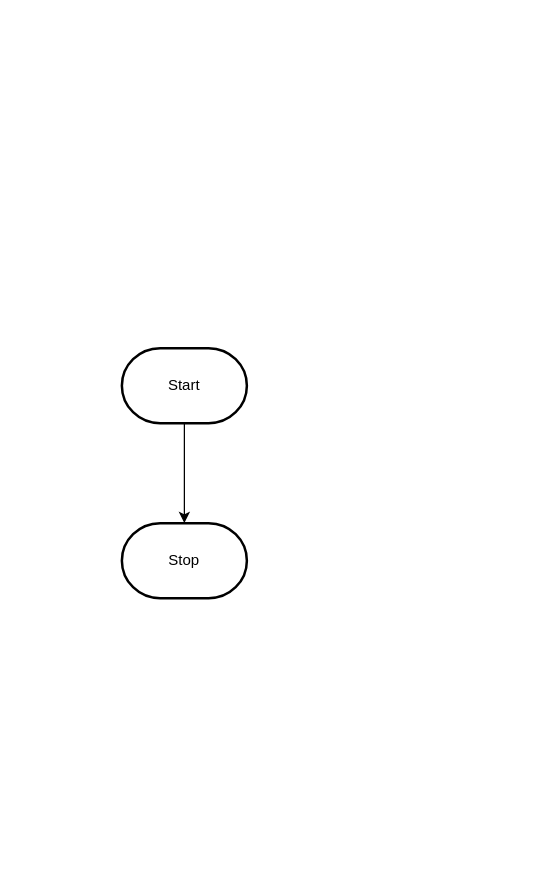
MTHS-ICS2O-2-2022/ICS2O-Unit-5-01-Lucas-Osmond keeps this draw.io diagram as design/flowchart.drawio. Above is the earlier version. Source tidied: cells renumbered, new cells numbered last; positions are measured from the earlier drawing's top-left corner, leaving out a move shared by most shapes. Both pictures are drawn from the tidied source at 125%, with x=0, y=0 at pixel (121, 348).
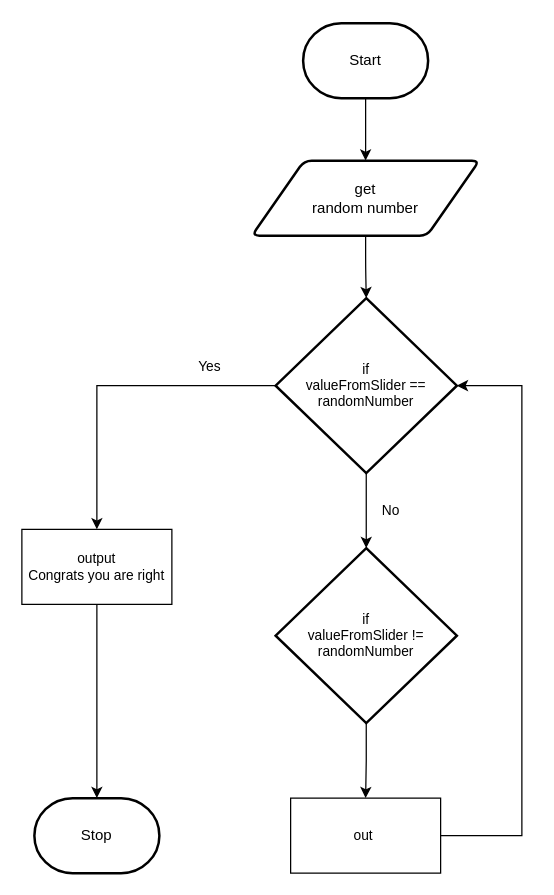
The same diagram, later.

Diff of the diagram source:
```diff
@@
 <mxGraphModel>
   <root>
     <mxCell id="0" />
     <mxCell id="1" parent="0" />
-    <mxCell id="2" style="edgeStyle=orthogonalEdgeStyle;html=1;rounded=0;" parent="1" edge="1" source="3" target="4">
-      <mxGeometry relative="1" as="geometry" />
-    </mxCell>
+    <mxCell id="5" style="edgeStyle=orthogonalEdgeStyle;html=1;" parent="1" edge="1" source="3" target="2">
+      <mxGeometry relative="1" as="geometry" />
+    </mxCell>
     <mxCell id="3" value="Start" style="strokeWidth=2;html=1;shape=mxgraph.flowchart.terminator;whiteSpace=wrap;" parent="1" vertex="1">
-      <mxGeometry width="100" height="60" as="geometry" />
+      <mxGeometry x="145" y="-260" width="100" height="60" as="geometry" />
     </mxCell>
     <mxCell id="4" value="Stop" style="strokeWidth=2;html=1;shape=mxgraph.flowchart.terminator;whiteSpace=wrap;" parent="1" vertex="1">
-      <mxGeometry y="140" width="100" height="60" as="geometry" />
+      <mxGeometry x="-70" y="360" width="100" height="60" as="geometry" />
     </mxCell>
+    <mxCell id="6" style="edgeStyle=orthogonalEdgeStyle;shape=connector;rounded=1;html=1;labelBackgroundColor=default;strokeColor=default;fontFamily=Helvetica;fontSize=11;fontColor=default;endArrow=classic;" parent="1" edge="1" source="2" target="9">
+      <mxGeometry relative="1" as="geometry" />
+    </mxCell>
+    <mxCell id="2" value="get &lt;br&gt;random number" style="shape=parallelogram;html=1;strokeWidth=2;perimeter=parallelogramPerimeter;whiteSpace=wrap;rounded=1;arcSize=12;size=0.23;" parent="1" vertex="1">
+      <mxGeometry x="104" y="-150" width="182" height="60" as="geometry" />
+    </mxCell>
+    <mxCell id="7" style="edgeStyle=orthogonalEdgeStyle;shape=connector;rounded=0;html=1;labelBackgroundColor=default;strokeColor=default;fontFamily=Helvetica;fontSize=11;fontColor=default;endArrow=classic;" parent="1" edge="1" source="9" target="11">
+      <mxGeometry relative="1" as="geometry" />
+    </mxCell>
+    <mxCell id="8" style="edgeStyle=orthogonalEdgeStyle;shape=connector;html=1;labelBackgroundColor=default;strokeColor=default;fontFamily=Helvetica;fontSize=11;fontColor=default;endArrow=classic;rounded=0;" parent="1" edge="1" source="9" target="14">
+      <mxGeometry relative="1" as="geometry" />
+    </mxCell>
+    <mxCell id="9" value="if&lt;br&gt;valueFromSlider == randomNumber" style="strokeWidth=2;html=1;shape=mxgraph.flowchart.decision;whiteSpace=wrap;fontFamily=Helvetica;fontSize=11;fontColor=default;" parent="1" vertex="1">
+      <mxGeometry x="123" y="-40" width="145" height="140" as="geometry" />
+    </mxCell>
+    <mxCell id="10" style="edgeStyle=orthogonalEdgeStyle;shape=connector;rounded=0;html=1;labelBackgroundColor=default;strokeColor=default;fontFamily=Helvetica;fontSize=11;fontColor=default;endArrow=classic;" parent="1" edge="1" source="11" target="16">
+      <mxGeometry relative="1" as="geometry" />
+    </mxCell>
+    <mxCell id="11" value="if&lt;br&gt;valueFromSlider != randomNumber" style="strokeWidth=2;html=1;shape=mxgraph.flowchart.decision;whiteSpace=wrap;fontFamily=Helvetica;fontSize=11;fontColor=default;" parent="1" vertex="1">
+      <mxGeometry x="123" y="160" width="145" height="140" as="geometry" />
+    </mxCell>
+    <mxCell id="12" value="No" style="text;html=1;align=center;verticalAlign=middle;strokeColor=none;fillColor=none;fontSize=11;fontFamily=Helvetica;fontColor=default;" parent="1" vertex="1">
+      <mxGeometry x="195" y="115" width="40" height="30" as="geometry" />
+    </mxCell>
+    <mxCell id="13" style="edgeStyle=orthogonalEdgeStyle;shape=connector;rounded=0;html=1;entryX=0.5;entryY=0;entryDx=0;entryDy=0;entryPerimeter=0;labelBackgroundColor=default;strokeColor=default;fontFamily=Helvetica;fontSize=11;fontColor=default;endArrow=classic;" parent="1" edge="1" source="14" target="4">
+      <mxGeometry relative="1" as="geometry" />
+    </mxCell>
+    <mxCell id="14" value="output&lt;br&gt;Congrats you are right" style="rounded=0;whiteSpace=wrap;html=1;fontFamily=Helvetica;fontSize=11;fontColor=default;" parent="1" vertex="1">
+      <mxGeometry x="-80" y="145" width="120" height="60" as="geometry" />
+    </mxCell>
+    <mxCell id="15" style="edgeStyle=orthogonalEdgeStyle;shape=connector;rounded=0;html=1;labelBackgroundColor=default;strokeColor=default;fontFamily=Helvetica;fontSize=11;fontColor=default;endArrow=classic;entryX=1;entryY=0.5;entryDx=0;entryDy=0;entryPerimeter=0;" parent="1" edge="1" source="16" target="9">
+      <mxGeometry relative="1" as="geometry">
+        <Array as="points">
+          <mxPoint x="320" y="390" />
+          <mxPoint x="320" y="30" />
+        </Array>
+      </mxGeometry>
+    </mxCell>
+    <mxCell id="16" value="out&amp;nbsp;" style="rounded=0;whiteSpace=wrap;html=1;fontFamily=Helvetica;fontSize=11;fontColor=default;" parent="1" vertex="1">
+      <mxGeometry x="135" y="360" width="120" height="60" as="geometry" />
+    </mxCell>
+    <mxCell id="17" value="Yes" style="text;html=1;align=center;verticalAlign=middle;strokeColor=none;fillColor=none;fontSize=11;fontFamily=Helvetica;fontColor=default;" parent="1" vertex="1">
+      <mxGeometry x="50" width="40" height="30" as="geometry" />
+    </mxCell>
   </root>
 </mxGraphModel>
```
